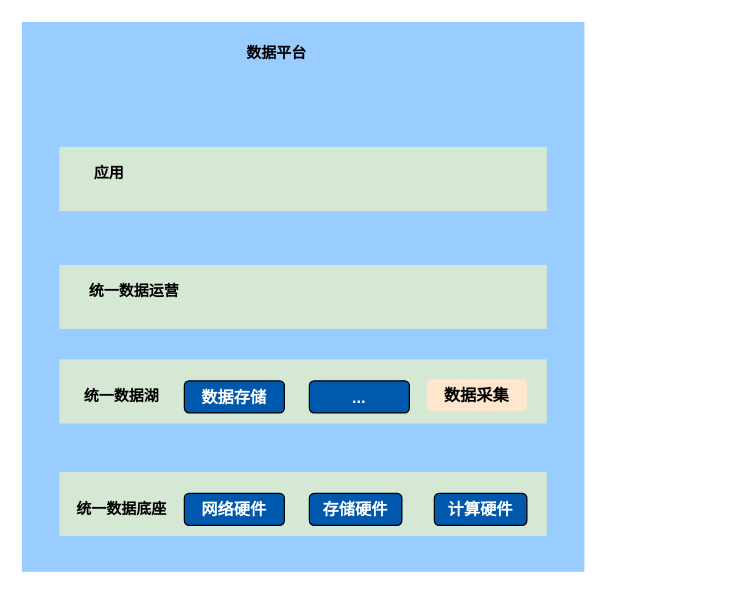
This is 数据检索与维修数据服/未命名绘图.drawio from DemonHan/KuickBuy, a draw.io file, before an edit. Source tidied: cells renumbered, new cells numbered last; positions are measured from the earlier drawing's top-left corner, leaving out a move shared by most shapes. Both pictures are drawn from the tidied source at 125%, with x=0, y=0 at pixel (21, 21).
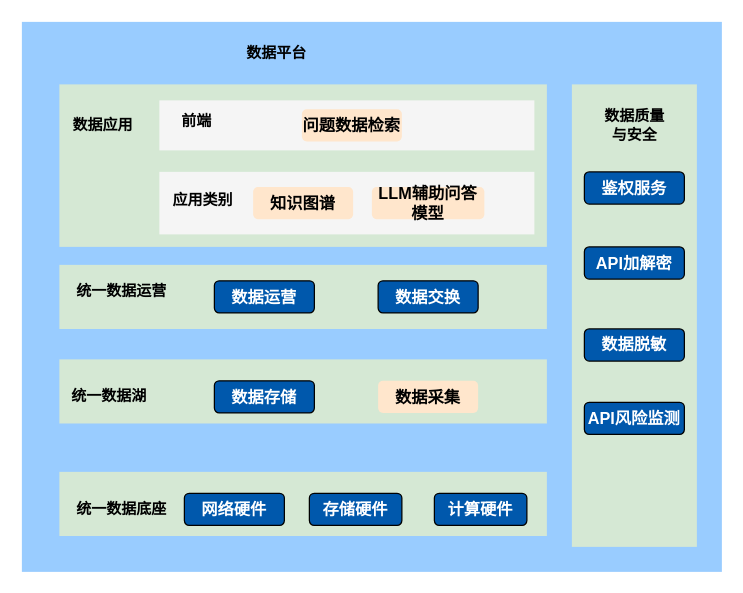
After the change.

Commit message:
更新未命名绘图.drawio

What changed in the source:
```diff
@@
     <mxCell id="2" style="rounded=0;whiteSpace=wrap;html=1;fillColor=#99CCFF;strokeColor=none;" parent="1" vertex="1">
-      <mxGeometry width="450" height="440" as="geometry" />
+      <mxGeometry width="560" height="440" as="geometry" />
     </mxCell>
@@
     <mxCell id="7" value="统一数据湖" style="text;html=1;align=center;verticalAlign=middle;whiteSpace=wrap;rounded=0;fontStyle=1;" parent="1" vertex="1">
-      <mxGeometry x="40" y="270" width="80" height="60" as="geometry" />
+      <mxGeometry x="30" y="270" width="80" height="60" as="geometry" />
     </mxCell>
@@
     <mxCell id="9" value="统一数据运营" style="text;html=1;align=center;verticalAlign=middle;whiteSpace=wrap;rounded=0;fontStyle=1;" parent="1" vertex="1">
-      <mxGeometry x="50" y="185.7" width="80" height="60" as="geometry" />
+      <mxGeometry x="40" y="185.7" width="80" height="60" as="geometry" />
     </mxCell>
     <mxCell id="10" style="rounded=0;whiteSpace=wrap;html=1;fillColor=#d5e8d4;strokeColor=none;" parent="1" vertex="1">
-      <mxGeometry x="30" y="100" width="390" height="51.3" as="geometry" />
+      <mxGeometry x="30" y="50" width="390" height="130" as="geometry" />
     </mxCell>
-    <mxCell id="11" value="应用" style="text;html=1;align=center;verticalAlign=middle;whiteSpace=wrap;rounded=0;fontStyle=1;" parent="1" vertex="1">
-      <mxGeometry x="50" y="91.3" width="40" height="60" as="geometry" />
+    <mxCell id="11" value="数据应用" style="text;html=1;align=center;verticalAlign=middle;whiteSpace=wrap;rounded=0;fontStyle=1;" parent="1" vertex="1">
+      <mxGeometry x="40" y="52.8" width="50" height="60" as="geometry" />
     </mxCell>
@@
     <mxCell id="15" value="数据存储" style="rounded=1;whiteSpace=wrap;html=1;fontStyle=1;fontSize=13;strokeColor=default;fillColor=#0058AC;fontColor=#FFFFFF;" parent="1" vertex="1">
-      <mxGeometry x="130" y="287.1" width="80" height="25.7" as="geometry" />
+      <mxGeometry x="154" y="287.1" width="80" height="25.7" as="geometry" />
     </mxCell>
     <mxCell id="16" value="数据采集" style="rounded=1;whiteSpace=wrap;html=1;fontStyle=1;fontSize=13;strokeColor=none;fillColor=#ffe6cc;" parent="1" vertex="1">
-      <mxGeometry x="324" y="285.8" width="80" height="25.7" as="geometry" />
+      <mxGeometry x="285" y="287.1" width="80" height="25.7" as="geometry" />
     </mxCell>
-    <mxCell id="17" value="..." style="rounded=1;whiteSpace=wrap;html=1;fontStyle=1;fontSize=13;strokeColor=default;fillColor=#0058AC;fontColor=#FFFFFF;" parent="1" vertex="1">
-      <mxGeometry x="230" y="287.1" width="80" height="25.7" as="geometry" />
-    </mxCell>
+    <mxCell id="18" value="数据运营" style="rounded=1;whiteSpace=wrap;html=1;fontStyle=1;fontSize=13;strokeColor=default;fillColor=#0058AC;fontColor=#FFFFFF;" parent="1" vertex="1">
+      <mxGeometry x="154" y="207.1" width="80" height="25.7" as="geometry" />
+    </mxCell>
+    <mxCell id="19" value="数据交换" style="rounded=1;whiteSpace=wrap;html=1;fontStyle=1;fontSize=13;strokeColor=default;fillColor=#0058AC;fontColor=#FFFFFF;" parent="1" vertex="1">
+      <mxGeometry x="285" y="207.1" width="80" height="25.7" as="geometry" />
+    </mxCell>
+    <mxCell id="20" style="rounded=0;whiteSpace=wrap;html=1;fillColor=#f5f5f5;fontColor=#333333;strokeColor=none;" parent="1" vertex="1">
+      <mxGeometry x="110" y="62.8" width="300" height="40" as="geometry" />
+    </mxCell>
+    <mxCell id="21" value="前端" style="text;html=1;align=center;verticalAlign=middle;whiteSpace=wrap;rounded=0;fontStyle=1;" parent="1" vertex="1">
+      <mxGeometry x="120" y="50" width="40" height="60" as="geometry" />
+    </mxCell>
+    <mxCell id="22" value="问题数据检索" style="rounded=1;whiteSpace=wrap;html=1;fontStyle=1;fontSize=13;strokeColor=none;fillColor=#ffe6cc;" parent="1" vertex="1">
+      <mxGeometry x="224" y="69.9" width="80" height="25.7" as="geometry" />
+    </mxCell>
+    <mxCell id="23" style="rounded=0;whiteSpace=wrap;html=1;fillColor=#f5f5f5;fontColor=#333333;strokeColor=none;" parent="1" vertex="1">
+      <mxGeometry x="110" y="120" width="300" height="50" as="geometry" />
+    </mxCell>
+    <mxCell id="24" value="知识图谱" style="rounded=1;whiteSpace=wrap;html=1;fontStyle=1;fontSize=13;strokeColor=none;fillColor=#ffe6cc;" parent="1" vertex="1">
+      <mxGeometry x="185" y="132.1" width="80" height="25.7" as="geometry" />
+    </mxCell>
+    <mxCell id="25" value="应用类别" style="text;html=1;align=center;verticalAlign=middle;whiteSpace=wrap;rounded=0;fontStyle=1;" parent="1" vertex="1">
+      <mxGeometry x="120" y="112.8" width="50" height="60" as="geometry" />
+    </mxCell>
+    <mxCell id="26" value="LLM辅助问答模型" style="rounded=1;whiteSpace=wrap;html=1;fontStyle=1;fontSize=13;strokeColor=none;fillColor=#ffe6cc;" parent="1" vertex="1">
+      <mxGeometry x="280" y="132.1" width="90" height="25.7" as="geometry" />
+    </mxCell>
+    <mxCell id="27" style="rounded=0;whiteSpace=wrap;html=1;fillColor=#d5e8d4;strokeColor=none;" parent="1" vertex="1">
+      <mxGeometry x="440" y="50" width="100" height="370" as="geometry" />
+    </mxCell>
+    <mxCell id="28" value="数据质量与安全" style="text;html=1;align=center;verticalAlign=middle;whiteSpace=wrap;rounded=0;fontStyle=1;" parent="1" vertex="1">
+      <mxGeometry x="462.5" y="52.8" width="55" height="60" as="geometry" />
+    </mxCell>
+    <mxCell id="29" value="鉴权服务" style="rounded=1;whiteSpace=wrap;html=1;fontStyle=1;fontSize=13;strokeColor=default;fillColor=#0058AC;fontColor=#FFFFFF;" parent="1" vertex="1">
+      <mxGeometry x="450" y="120" width="80" height="25.7" as="geometry" />
+    </mxCell>
+    <mxCell id="30" value="API加解密" style="rounded=1;whiteSpace=wrap;html=1;fontStyle=1;fontSize=13;strokeColor=default;fillColor=#0058AC;fontColor=#FFFFFF;" parent="1" vertex="1">
+      <mxGeometry x="450" y="180" width="80" height="25.7" as="geometry" />
+    </mxCell>
+    <mxCell id="31" value="数据脱敏" style="rounded=1;whiteSpace=wrap;html=1;fontStyle=1;fontSize=13;strokeColor=default;fillColor=#0058AC;fontColor=#FFFFFF;" parent="1" vertex="1">
+      <mxGeometry x="450" y="245.6" width="80" height="25.7" as="geometry" />
+    </mxCell>
+    <mxCell id="32" value="API风险监测" style="rounded=1;whiteSpace=wrap;html=1;fontStyle=1;fontSize=13;strokeColor=default;fillColor=#0058AC;fontColor=#FFFFFF;" parent="1" vertex="1">
+      <mxGeometry x="450" y="304.3" width="80" height="25.7" as="geometry" />
+    </mxCell>
```
